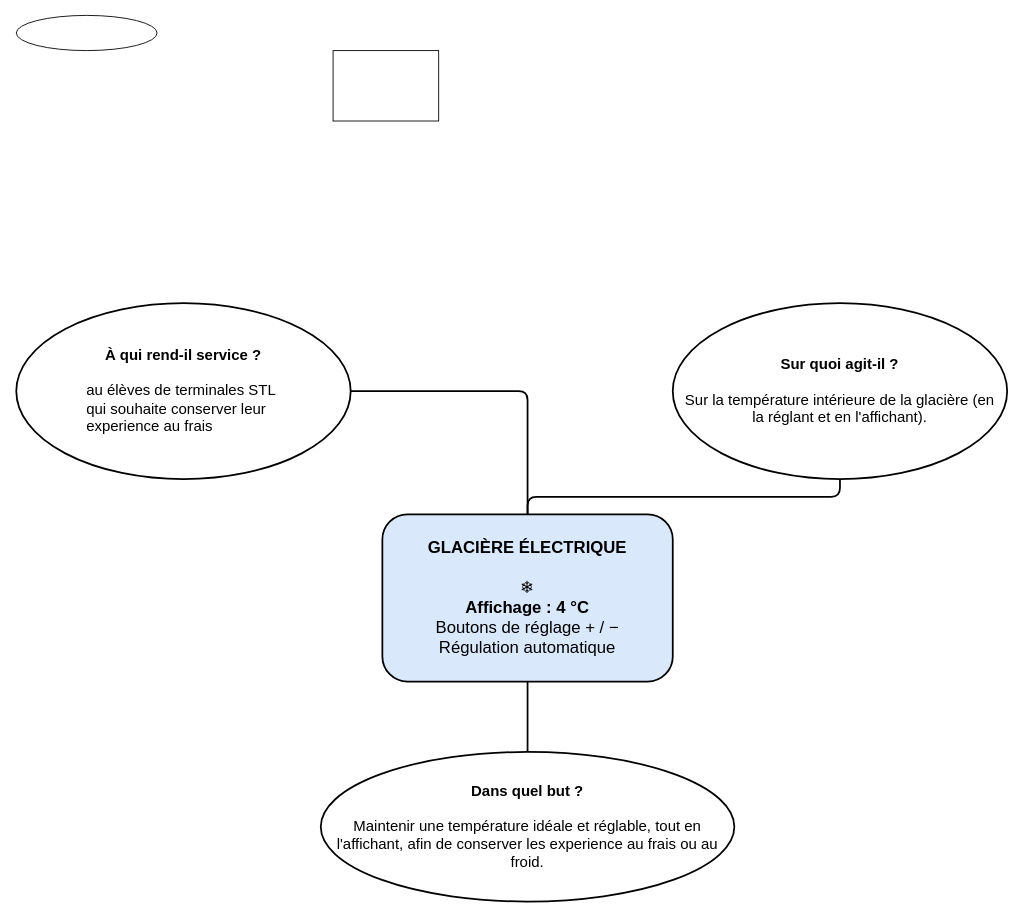
Above: Diagrammes/cas_utilisation.drawio in jeangilbertgarbin-glitch/projet_glaciere2027 (draw.io), before the change. Source tidied: cells renumbered, new cells numbered last; positions are measured from the earlier drawing's top-left corner, leaving out a move shared by most shapes. Both pictures are drawn from the tidied source at 88%, with x=0, y=0 at pixel (16, 15).
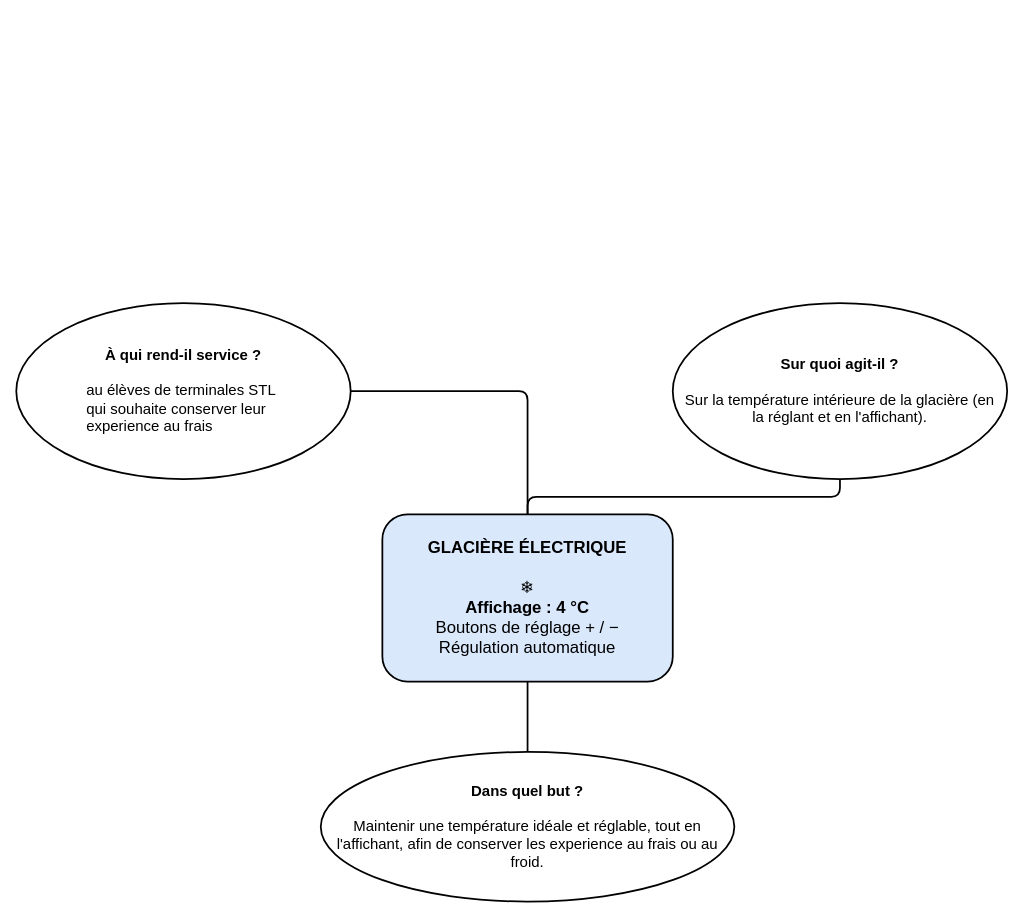
After the change.

The edit, as a diff of the source:
```diff
@@
 <mxGraphModel>
   <root>
     <mxCell id="0" />
     <mxCell id="1" parent="0" />
-    <mxCell id="2" style="ellipse;whiteSpace=wrap;html=1;shapeInside=1;align=left;" parent="1" vertex="1">
-      <mxGeometry width="160" height="40" as="geometry" />
-    </mxCell>
-    <mxCell id="3" value="&lt;div style=&quot;text-align: justify;&quot;&gt;&lt;br&gt;&lt;/div&gt;" style="rounded=0;whiteSpace=wrap;html=1;align=left;" parent="1" vertex="1">
-      <mxGeometry x="360" y="40" width="120" height="80" as="geometry" />
-    </mxCell>
     <mxCell id="4" style="edgeStyle=orthogonalEdgeStyle;rounded=1;html=1;strokeWidth=2;endArrow=none;" parent="1" edge="1" source="7" target="9">
       <mxGeometry relative="1" as="geometry" />
     </mxCell>
     <mxCell id="5" style="edgeStyle=orthogonalEdgeStyle;rounded=1;html=1;strokeWidth=2;endArrow=none;" parent="1" edge="1" source="8" target="9">
       <mxGeometry relative="1" as="geometry" />
     </mxCell>
     <mxCell id="6" style="edgeStyle=orthogonalEdgeStyle;rounded=1;html=1;strokeWidth=2;endArrow=none;" parent="1" edge="1" source="9" target="10">
       <mxGeometry relative="1" as="geometry" />
     </mxCell>
     <mxCell id="7" value="&lt;b&gt;À qui rend-il service ?&lt;/b&gt;&lt;br&gt;&lt;br&gt;&lt;div style=&quot;text-align: left;&quot;&gt;&lt;span style=&quot;background-color: transparent; color: light-dark(#000000, var(--ge-light-color, #ffffff));&quot;&gt;au élèves de terminales STL&amp;nbsp;&lt;/span&gt;&lt;/div&gt;&lt;div style=&quot;text-align: left;&quot;&gt;qui souhaite conserver leur&amp;nbsp;&lt;/div&gt;&lt;div style=&quot;text-align: left;&quot;&gt;experience au frais&lt;/div&gt;" style="ellipse;whiteSpace=wrap;html=1;fillColor=#FFFFFF;strokeColor=#000000;strokeWidth=2;fontSize=17;align=center;verticalAlign=middle;spacing=12;" parent="1" vertex="1">
       <mxGeometry y="327" width="380" height="200" as="geometry" />
     </mxCell>
     <mxCell id="8" value="&lt;b&gt;Sur quoi agit-il ?&lt;/b&gt;&lt;br&gt;&lt;br&gt;Sur la température intérieure de la glacière (en la réglant et en l'affichant)." style="ellipse;whiteSpace=wrap;html=1;fillColor=#FFFFFF;strokeColor=#000000;strokeWidth=2;fontSize=17;align=center;verticalAlign=middle;spacing=12;" parent="1" vertex="1">
       <mxGeometry x="746" y="327" width="380" height="200" as="geometry" />
     </mxCell>
     <mxCell id="9" value="&lt;b&gt;GLACIÈRE ÉLECTRIQUE&lt;/b&gt;&lt;br&gt;&lt;br&gt;❄&lt;br&gt;&lt;b&gt;Affichage : 4 °C&lt;/b&gt;&lt;br&gt;Boutons de réglage + / −&lt;br&gt;Régulation automatique" style="rounded=1;whiteSpace=wrap;html=1;fillColor=#DAE8FC;strokeColor=#000000;strokeWidth=2;fontSize=19;align=center;verticalAlign=middle;spacing=12;" parent="1" vertex="1">
       <mxGeometry x="416" y="567" width="330" height="190" as="geometry" />
     </mxCell>
     <mxCell id="10" value="&lt;b&gt;Dans quel but ?&lt;/b&gt;&lt;br&gt;&lt;br&gt;Maintenir une température idéale et réglable, tout en l'affichant, afin de conserver les experience au frais ou au froid." style="ellipse;whiteSpace=wrap;html=1;fillColor=#FFFFFF;strokeColor=#000000;strokeWidth=2;fontSize=17;align=center;verticalAlign=middle;spacing=12;" parent="1" vertex="1">
       <mxGeometry x="346" y="837" width="470" height="170" as="geometry" />
     </mxCell>
   </root>
 </mxGraphModel>
```
